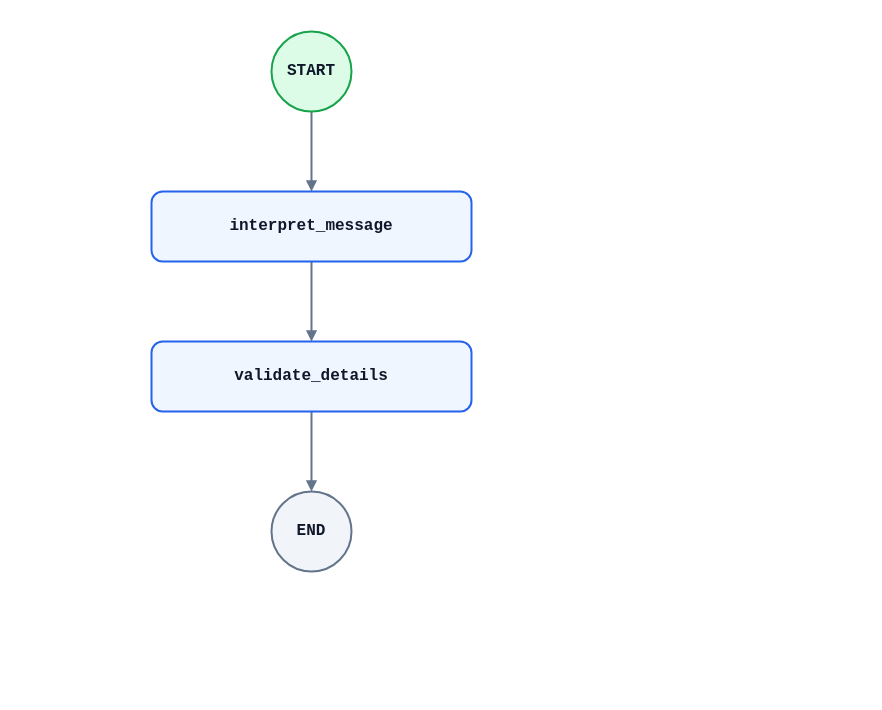
The draw.io diagram page "2. JobPostingAssistantGraph" (2 of 7) of docs/langgraphs/hiresense-all-langgraphs.drawio in sohail-08/HireSense_AI, before the edit. Source tidied: cells renumbered, new cells numbered last; positions are measured from the earlier drawing's top-left corner, leaving out a move shared by most shapes. Both pictures are drawn from the tidied source at 100%, with x=0, y=0 at pixel (151, 31).
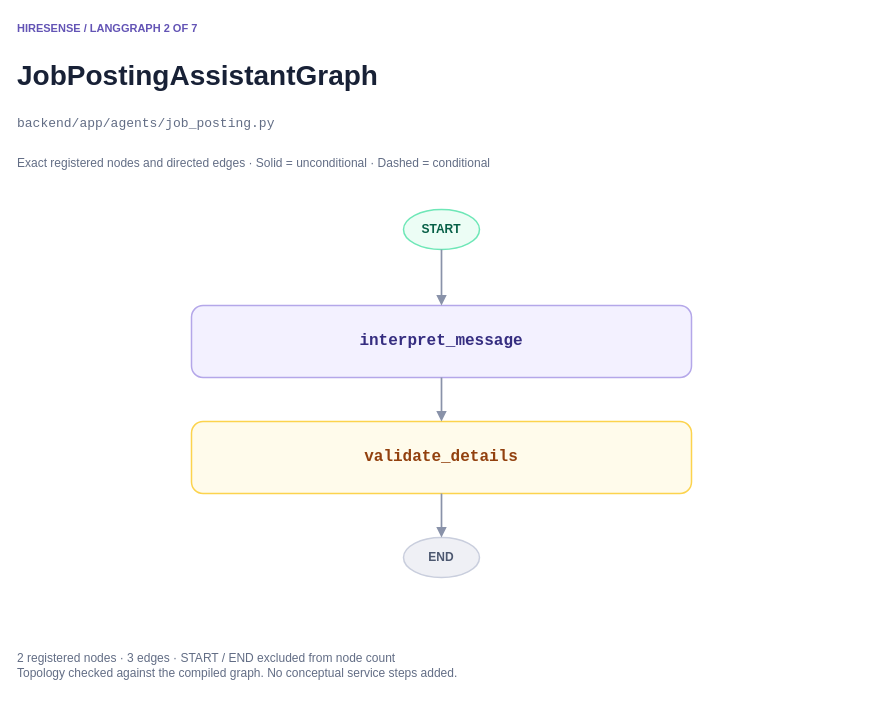
Above is the later version.

What changed in the source:
```diff
@@
-<mxGraphModel>
+<mxGraphModel background="#ffffff">
   <root>
     <mxCell id="0" />
     <mxCell id="1" parent="0" />
-    <mxCell id="2" style="edgeStyle=orthogonalEdgeStyle;rounded=0;jettySize=auto;html=0;endArrow=block;endFill=1;strokeWidth=2;fontFamily=Courier New;fontSize=14;labelBackgroundColor=#ffffff;strokeColor=#64748b;fontColor=#334155;exitX=0.5;exitY=1;entryX=0.5;entryY=0;" parent="1" edge="1" source="5" target="6">
-      <mxGeometry relative="1" as="geometry" />
-    </mxCell>
-    <mxCell id="3" style="edgeStyle=orthogonalEdgeStyle;rounded=0;jettySize=auto;html=0;endArrow=block;endFill=1;strokeWidth=2;fontFamily=Courier New;fontSize=14;labelBackgroundColor=#ffffff;strokeColor=#64748b;fontColor=#334155;exitX=0.5;exitY=1;entryX=0.5;entryY=0;" parent="1" edge="1" source="6" target="7">
-      <mxGeometry relative="1" as="geometry" />
-    </mxCell>
-    <mxCell id="4" style="edgeStyle=orthogonalEdgeStyle;rounded=0;jettySize=auto;html=0;endArrow=block;endFill=1;strokeWidth=2;fontFamily=Courier New;fontSize=14;labelBackgroundColor=#ffffff;strokeColor=#64748b;fontColor=#334155;exitX=0.5;exitY=1;entryX=0.5;entryY=0;" parent="1" edge="1" source="7" target="8">
-      <mxGeometry relative="1" as="geometry" />
-    </mxCell>
+    <mxCell id="9" value="HIRESENSE / LANGGRAPH 2 OF 7" style="text;html=0;align=left;verticalAlign=middle;whiteSpace=wrap;strokeColor=none;fillColor=none;spacing=0;fontFamily=Helvetica;fontColor=#182136;fontSize=11;fontStyle=1;fontColor=#6354b5;" parent="1" vertex="1">
+      <mxGeometry x="-134" y="-14" width="848" height="22" as="geometry" />
+    </mxCell>
+    <mxCell id="10" value="JobPostingAssistantGraph" style="text;html=0;align=left;verticalAlign=middle;whiteSpace=wrap;strokeColor=none;fillColor=none;spacing=0;fontFamily=Helvetica;fontColor=#182136;fontSize=28;fontStyle=1;" parent="1" vertex="1">
+      <mxGeometry x="-134" y="22" width="848" height="44" as="geometry" />
+    </mxCell>
+    <mxCell id="11" value="backend/app/agents/job_posting.py" style="text;html=0;align=left;verticalAlign=middle;whiteSpace=wrap;strokeColor=none;fillColor=none;spacing=0;fontFamily=Helvetica;fontColor=#182136;fontSize=13;fontFamily=Consolas;fontColor=#626d85;" parent="1" vertex="1">
+      <mxGeometry x="-134" y="78" width="848" height="28" as="geometry" />
+    </mxCell>
+    <mxCell id="12" value="Exact registered nodes and directed edges · Solid = unconditional · Dashed = conditional" style="text;html=0;align=left;verticalAlign=middle;whiteSpace=wrap;strokeColor=none;fillColor=none;spacing=0;fontFamily=Helvetica;fontColor=#182136;fontSize=12;fontColor=#626d85;" parent="1" vertex="1">
+      <mxGeometry x="-134" y="118" width="848" height="28" as="geometry" />
+    </mxCell>
-    <mxCell id="5" value="START" style="ellipse;whiteSpace=wrap;html=0;fontFamily=Courier New;fontSize=16;fontStyle=1;fontColor=#0f172a;strokeWidth=2;spacing=10;fillColor=#dcfce7;strokeColor=#16a34a;" parent="1" vertex="1">
-      <mxGeometry x="120" width="80" height="80" as="geometry" />
+    <mxCell id="5" value="START" style="ellipse;whiteSpace=wrap;html=0;fontFamily=Helvetica;fontSize=12;fontStyle=1;align=center;verticalAlign=middle;strokeWidth=1.5;spacing=10;fillColor=#ecfdf5;strokeColor=#6ee7b7;fontColor=#065f46;" parent="1" vertex="1">
+      <mxGeometry x="252" y="178" width="76" height="40" as="geometry" />
     </mxCell>
-    <mxCell id="6" value="interpret_message" style="rounded=1;arcSize=16;whiteSpace=wrap;html=0;fontFamily=Courier New;fontSize=16;fontStyle=1;fontColor=#0f172a;strokeWidth=2;spacing=10;fillColor=#eff6ff;strokeColor=#2563eb;" parent="1" vertex="1">
-      <mxGeometry y="160" width="320" height="70" as="geometry" />
+    <mxCell id="6" value="interpret_message" style="rounded=1;arcSize=16;whiteSpace=wrap;html=0;fontFamily=Consolas;fontSize=16;fontStyle=1;align=center;verticalAlign=middle;strokeWidth=1.5;spacing=10;fillColor=#f3f1ff;strokeColor=#b4a7e9;fontColor=#352d80;" parent="1" vertex="1">
+      <mxGeometry x="40" y="274" width="500" height="72" as="geometry" />
     </mxCell>
-    <mxCell id="7" value="validate_details" style="rounded=1;arcSize=16;whiteSpace=wrap;html=0;fontFamily=Courier New;fontSize=16;fontStyle=1;fontColor=#0f172a;strokeWidth=2;spacing=10;fillColor=#eff6ff;strokeColor=#2563eb;" parent="1" vertex="1">
-      <mxGeometry y="310" width="320" height="70" as="geometry" />
+    <mxCell id="7" value="validate_details" style="rounded=1;arcSize=16;whiteSpace=wrap;html=0;fontFamily=Consolas;fontSize=16;fontStyle=1;align=center;verticalAlign=middle;strokeWidth=1.5;spacing=10;fillColor=#fffbeb;strokeColor=#fcd34d;fontColor=#92400e;" parent="1" vertex="1">
+      <mxGeometry x="40" y="390" width="500" height="72" as="geometry" />
     </mxCell>
-    <mxCell id="8" value="END" style="ellipse;whiteSpace=wrap;html=0;fontFamily=Courier New;fontSize=16;fontStyle=1;fontColor=#0f172a;strokeWidth=2;spacing=10;fillColor=#f1f5f9;strokeColor=#64748b;" parent="1" vertex="1">
-      <mxGeometry x="120" y="460" width="80" height="80" as="geometry" />
+    <mxCell id="8" value="END" style="ellipse;whiteSpace=wrap;html=0;fontFamily=Helvetica;fontSize=12;fontStyle=1;align=center;verticalAlign=middle;strokeWidth=1.5;spacing=10;fillColor=#eff0f5;strokeColor=#c9cedd;fontColor=#4d5870;" parent="1" vertex="1">
+      <mxGeometry x="252" y="506" width="76" height="40" as="geometry" />
     </mxCell>
+    <mxCell id="13" value="2 registered nodes · 3 edges · START / END excluded from node count&#10;Topology checked against the compiled graph. No conceptual service steps added." style="text;html=0;align=left;verticalAlign=middle;whiteSpace=wrap;strokeColor=none;fillColor=none;spacing=0;fontFamily=Helvetica;fontColor=#182136;fontSize=12;fontColor=#626d85;" parent="1" vertex="1">
+      <mxGeometry x="-134" y="606" width="848" height="56" as="geometry" />
+    </mxCell>
+    <mxCell id="2" style="edgeStyle=orthogonalEdgeStyle;rounded=1;jettySize=auto;html=0;endArrow=block;endFill=1;strokeWidth=1.7;fontFamily=Consolas;fontSize=12;labelBackgroundColor=#ffffff;strokeColor=#8992a9;fontColor=#4d5870;exitX=0.5;exitY=1;entryX=0.5;entryY=0;" parent="1" edge="1" source="5" target="6">
+      <mxGeometry relative="1" as="geometry" />
+    </mxCell>
+    <mxCell id="3" style="edgeStyle=orthogonalEdgeStyle;rounded=1;jettySize=auto;html=0;endArrow=block;endFill=1;strokeWidth=1.7;fontFamily=Consolas;fontSize=12;labelBackgroundColor=#ffffff;strokeColor=#8992a9;fontColor=#4d5870;exitX=0.5;exitY=1;entryX=0.5;entryY=0;" parent="1" edge="1" source="6" target="7">
+      <mxGeometry relative="1" as="geometry" />
+    </mxCell>
+    <mxCell id="4" style="edgeStyle=orthogonalEdgeStyle;rounded=1;jettySize=auto;html=0;endArrow=block;endFill=1;strokeWidth=1.7;fontFamily=Consolas;fontSize=12;labelBackgroundColor=#ffffff;strokeColor=#8992a9;fontColor=#4d5870;exitX=0.5;exitY=1;entryX=0.5;entryY=0;" parent="1" edge="1" source="7" target="8">
+      <mxGeometry relative="1" as="geometry" />
+    </mxCell>
   </root>
 </mxGraphModel>
```
